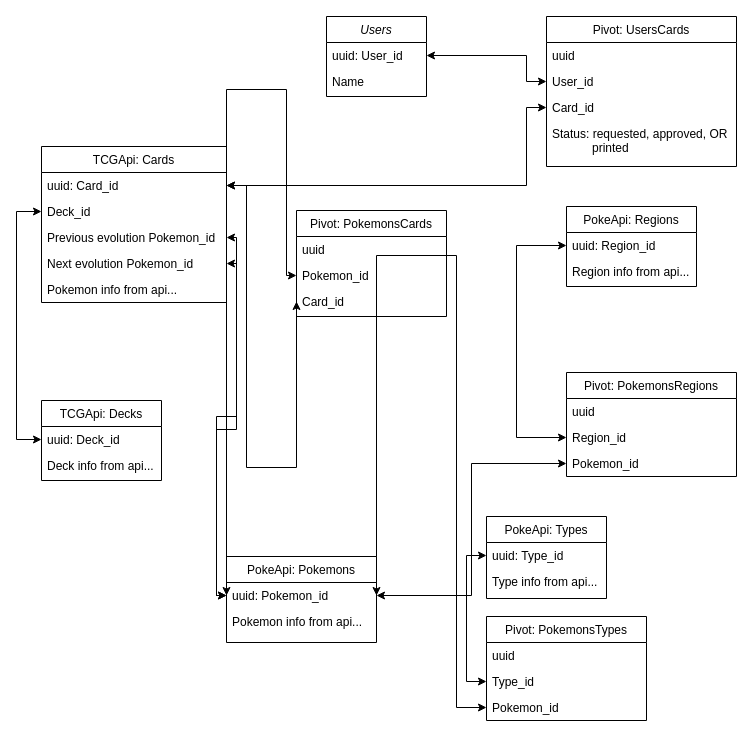
The draw.io diagram Pokemon.drawio in ecreatrix/personal-pokemon, before the edit. Source tidied: cells renumbered, new cells numbered last; positions are measured from the earlier drawing's top-left corner, leaving out a move shared by most shapes. Both pictures are drawn from the tidied source at 100%, with x=0, y=0 at pixel (16, 16).
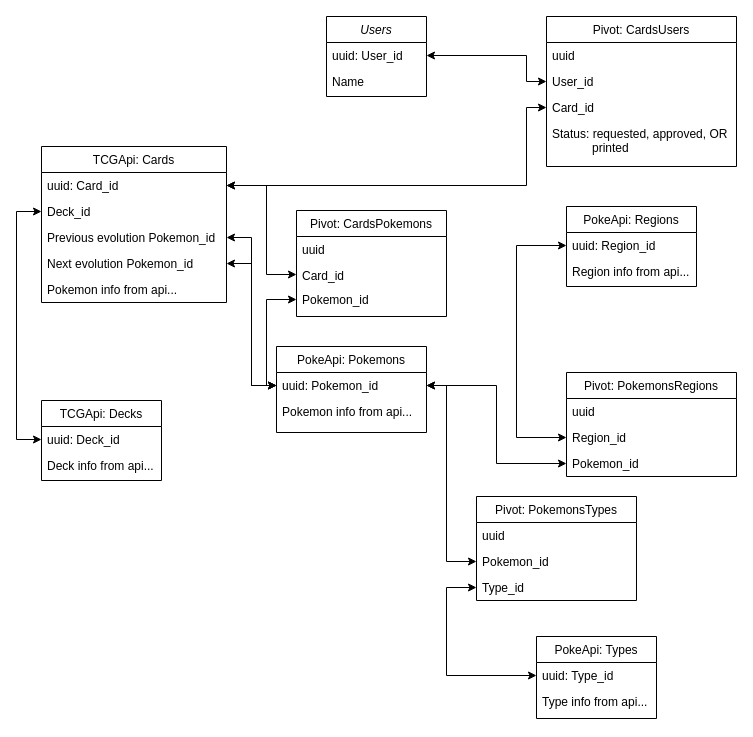
The same diagram, later.

The change refers to these unchanged cells:
```xml
<mxCell id="6" value="uuid: Card_id" style="text;align=left;verticalAlign=top;spacingLeft=4;spacingRight=4;overflow=hidden;points=[[0,0.5],[1,0.5]];portConstraint=eastwest;" parent="5" vertex="1">
  <mxGeometry y="26" width="185" height="26" as="geometry" />
</mxCell>
<mxCell id="30" value="uuid: Type_id" style="text;align=left;verticalAlign=top;spacingLeft=4;spacingRight=4;overflow=hidden;points=[[0,0.5],[1,0.5]];portConstraint=eastwest;" parent="29" vertex="1">
  <mxGeometry y="26" width="120" height="26" as="geometry" />
</mxCell>
<mxCell id="48" value="uuid: Pokemon_id" style="text;align=left;verticalAlign=top;spacingLeft=4;spacingRight=4;overflow=hidden;points=[[0,0.5],[1,0.5]];portConstraint=eastwest;" parent="47" vertex="1">
  <mxGeometry y="26" width="150" height="26" as="geometry" />
</mxCell>
```

The edit, as a diff of the source:
```diff
@@
-    <mxCell id="16" value="Pivot: PokemonsCards" style="swimlane;fontStyle=0;align=center;verticalAlign=top;horizontal=1;startSize=26;rounded=0;shadow=0;strokeWidth=1;" parent="1" vertex="1">
+    <mxCell id="16" value="Pivot: CardsPokemons" style="swimlane;fontStyle=0;align=center;verticalAlign=top;horizontal=1;startSize=26;rounded=0;shadow=0;strokeWidth=1;" parent="1" vertex="1">
       <mxGeometry x="280" y="194" width="150" height="106" as="geometry" />
     </mxCell>
@@
+    <mxCell id="19" value="Card_id" style="text;align=left;verticalAlign=top;spacingLeft=4;spacingRight=4;overflow=hidden;points=[[0,0.5],[1,0.5]];portConstraint=eastwest;rounded=0;shadow=0;html=0;" parent="16" vertex="1">
+      <mxGeometry y="52" width="150" height="24" as="geometry" />
+    </mxCell>
     <mxCell id="18" value="Pokemon_id" style="text;align=left;verticalAlign=top;spacingLeft=4;spacingRight=4;overflow=hidden;points=[[0,0.5],[1,0.5]];portConstraint=eastwest;rounded=0;shadow=0;html=0;" parent="16" vertex="1">
-      <mxGeometry y="52" width="150" height="26" as="geometry" />
+      <mxGeometry y="76" width="150" height="26" as="geometry" />
     </mxCell>
-    <mxCell id="19" value="Card_id" style="text;align=left;verticalAlign=top;spacingLeft=4;spacingRight=4;overflow=hidden;points=[[0,0.5],[1,0.5]];portConstraint=eastwest;rounded=0;shadow=0;html=0;" parent="16" vertex="1">
-      <mxGeometry y="78" width="150" height="26" as="geometry" />
-    </mxCell>
     <mxCell id="20" style="endArrow=classic;startArrow=classic;html=1;rounded=0;entryX=1;entryY=0.5;entryDx=0;entryDy=0;exitX=0;exitY=0.5;exitDx=0;exitDy=0;edgeStyle=orthogonalEdgeStyle;" parent="1" edge="1" source="19" target="6">
       <mxGeometry relative="1" as="geometry">
         <Array as="points">
-          <mxPoint x="230" y="451" />
-          <mxPoint x="230" y="169" />
+          <mxPoint x="250" y="258" />
+          <mxPoint x="250" y="169" />
         </Array>
       </mxGeometry>
     </mxCell>
@@
     <mxCell id="24" style="endArrow=classic;startArrow=classic;html=1;rounded=0;edgeStyle=orthogonalEdgeStyle;exitX=0;exitY=0.5;exitDx=0;exitDy=0;entryX=0;entryY=0.5;entryDx=0;entryDy=0;" parent="1" edge="1" source="38" target="30">
       <mxGeometry relative="1" as="geometry">
         <Array as="points">
-          <mxPoint x="450" y="665" />
-          <mxPoint x="450" y="539" />
+          <mxPoint x="430" y="571" />
+          <mxPoint x="430" y="659" />
         </Array>
       </mxGeometry>
     </mxCell>
     <mxCell id="25" style="endArrow=classic;startArrow=classic;html=1;rounded=0;edgeStyle=orthogonalEdgeStyle;exitX=1;exitY=0.5;exitDx=0;exitDy=0;entryX=0;entryY=0.5;entryDx=0;entryDy=0;" parent="1" edge="1" source="48" target="39">
       <mxGeometry relative="1" as="geometry">
         <Array as="points">
-          <mxPoint x="440" y="239" />
-          <mxPoint x="440" y="691" />
+          <mxPoint x="430" y="369" />
+          <mxPoint x="430" y="545" />
         </Array>
       </mxGeometry>
     </mxCell>
@@
     <mxCell id="29" value="PokeApi: Types" style="swimlane;fontStyle=0;align=center;verticalAlign=top;horizontal=1;startSize=26;rounded=0;shadow=0;strokeWidth=1;" parent="1" vertex="1">
-      <mxGeometry x="470" y="500" width="120" height="82" as="geometry" />
+      <mxGeometry x="520" y="620" width="120" height="82" as="geometry" />
     </mxCell>
@@
     <mxCell id="36" value="Pivot: PokemonsTypes" style="swimlane;fontStyle=0;align=center;verticalAlign=top;horizontal=1;startSize=26;rounded=0;shadow=0;strokeWidth=1;" parent="1" vertex="1">
-      <mxGeometry x="470" y="600" width="160" height="104" as="geometry" />
+      <mxGeometry x="460" y="480" width="160" height="104" as="geometry" />
     </mxCell>
@@
+    <mxCell id="39" value="Pokemon_id" style="text;align=left;verticalAlign=top;spacingLeft=4;spacingRight=4;overflow=hidden;points=[[0,0.5],[1,0.5]];portConstraint=eastwest;rounded=0;shadow=0;html=0;" parent="36" vertex="1">
+      <mxGeometry y="52" width="160" height="26" as="geometry" />
+    </mxCell>
     <mxCell id="38" value="Type_id" style="text;align=left;verticalAlign=top;spacingLeft=4;spacingRight=4;overflow=hidden;points=[[0,0.5],[1,0.5]];portConstraint=eastwest;rounded=0;shadow=0;html=0;" parent="36" vertex="1">
-      <mxGeometry y="52" width="160" height="26" as="geometry" />
+      <mxGeometry y="78" width="160" height="26" as="geometry" />
     </mxCell>
-    <mxCell id="39" value="Pokemon_id" style="text;align=left;verticalAlign=top;spacingLeft=4;spacingRight=4;overflow=hidden;points=[[0,0.5],[1,0.5]];portConstraint=eastwest;rounded=0;shadow=0;html=0;" parent="36" vertex="1">
-      <mxGeometry y="78" width="160" height="26" as="geometry" />
-    </mxCell>
-    <mxCell id="40" value="Pivot: UsersCards" style="swimlane;fontStyle=0;align=center;verticalAlign=top;horizontal=1;startSize=26;rounded=0;shadow=0;strokeWidth=1;" parent="1" vertex="1">
+    <mxCell id="40" value="Pivot: CardsUsers" style="swimlane;fontStyle=0;align=center;verticalAlign=top;horizontal=1;startSize=26;rounded=0;shadow=0;strokeWidth=1;" parent="1" vertex="1">
       <mxGeometry x="530" width="190" height="150" as="geometry" />
     </mxCell>
@@
     <mxCell id="47" value="PokeApi: Pokemons" style="swimlane;fontStyle=0;align=center;verticalAlign=top;horizontal=1;startSize=26;rounded=0;shadow=0;strokeWidth=1;" parent="1" vertex="1">
-      <mxGeometry x="210" y="540" width="150" height="86" as="geometry" />
+      <mxGeometry x="260" y="330" width="150" height="86" as="geometry" />
     </mxCell>
@@
     <mxCell id="50" style="endArrow=classic;startArrow=classic;html=1;rounded=0;exitX=0;exitY=0.5;exitDx=0;exitDy=0;entryX=0;entryY=0.5;entryDx=0;entryDy=0;edgeStyle=orthogonalEdgeStyle;" parent="1" edge="1" source="48" target="18">
       <mxGeometry relative="1" as="geometry">
         <Array as="points">
-          <mxPoint x="270" y="73" />
-          <mxPoint x="270" y="259" />
+          <mxPoint x="250" y="369" />
+          <mxPoint x="250" y="283" />
         </Array>
       </mxGeometry>
     </mxCell>
```
